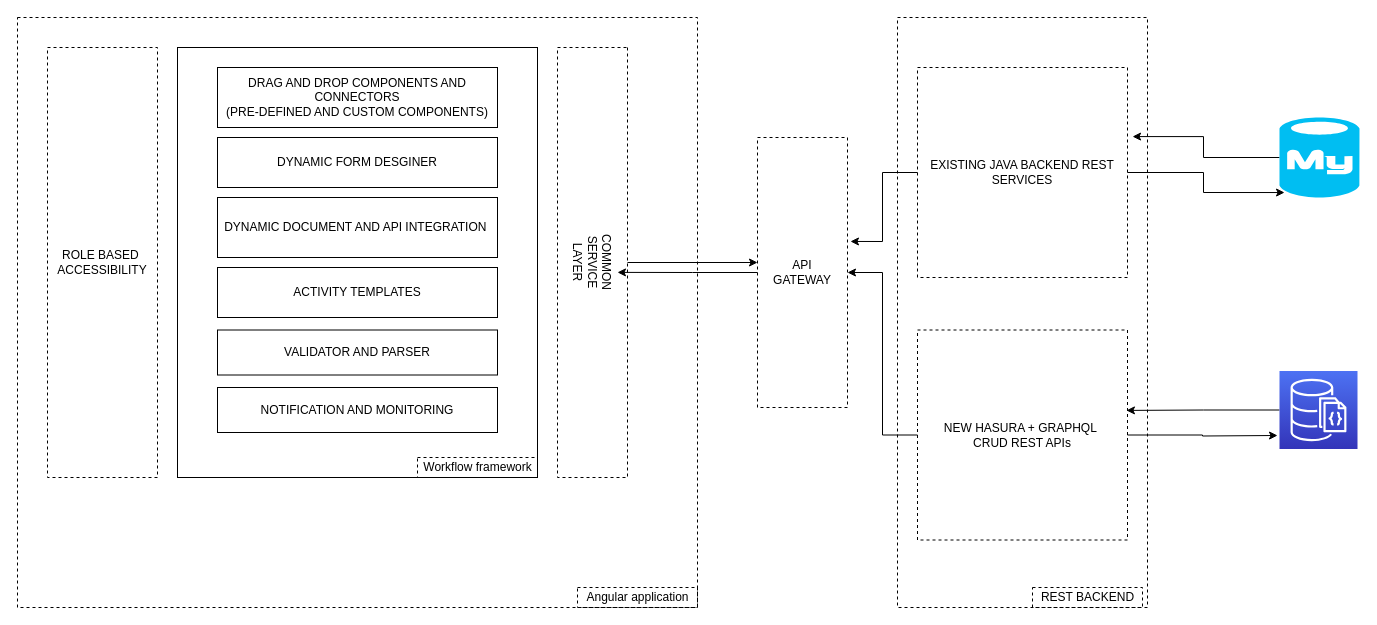
Before: architecture/pem_arch.drawio in antaradatta3/diagrams, a draw.io diagram. Source tidied: cells renumbered, new cells numbered last; positions are measured from the earlier drawing's top-left corner, leaving out a move shared by most shapes. Both pictures are drawn from the tidied source at 100%, with x=0, y=0 at pixel (17, 17).
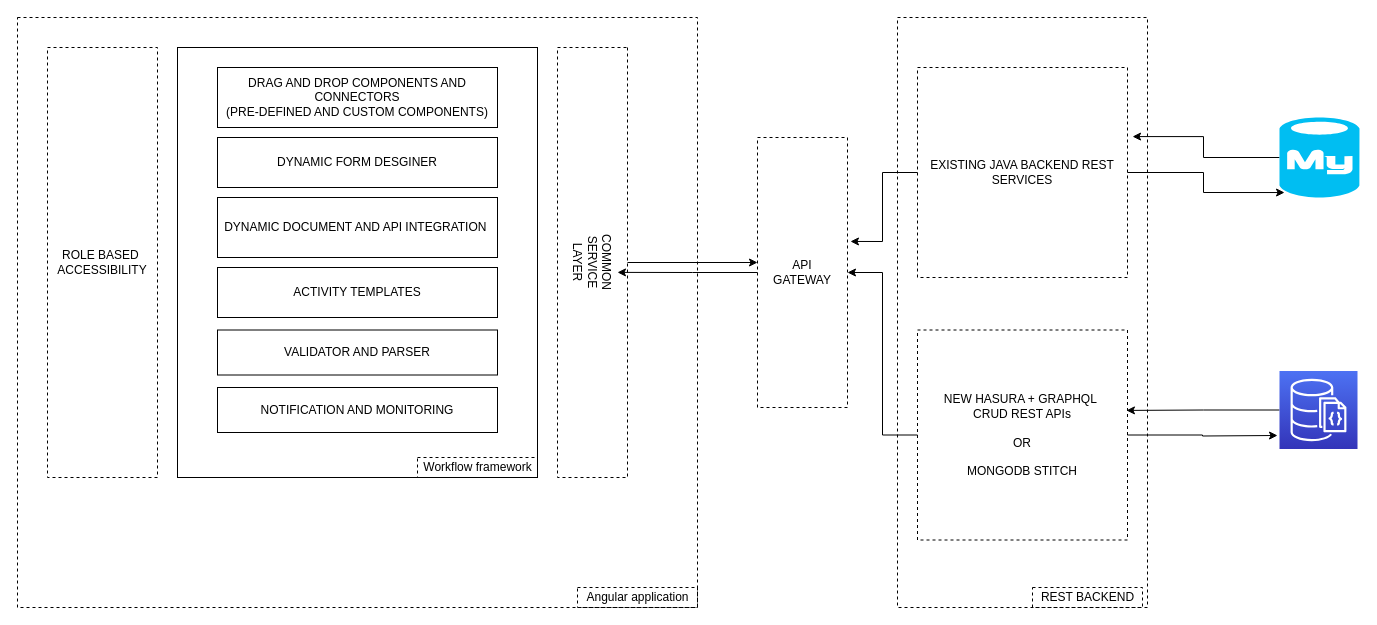
After the change.

Diff of the diagram source:
```diff
@@
-    <mxCell id="24" value="NEW HASURA + GRAPHQL&amp;nbsp;&lt;br&gt;CRUD REST APIs" style="rounded=0;whiteSpace=wrap;html=1;dashed=1;strokeColor=default;fillColor=none;direction=south;" parent="1" vertex="1">
+    <mxCell id="24" value="NEW HASURA + GRAPHQL&amp;nbsp;&lt;br&gt;CRUD REST APIs&lt;br&gt;&lt;br&gt;OR&lt;br&gt;&lt;br&gt;MONGODB STITCH" style="rounded=0;whiteSpace=wrap;html=1;dashed=1;strokeColor=default;fillColor=none;direction=south;" parent="1" vertex="1">
       <mxGeometry x="900" y="312.5" width="210" height="210" as="geometry" />
     </mxCell>
```
